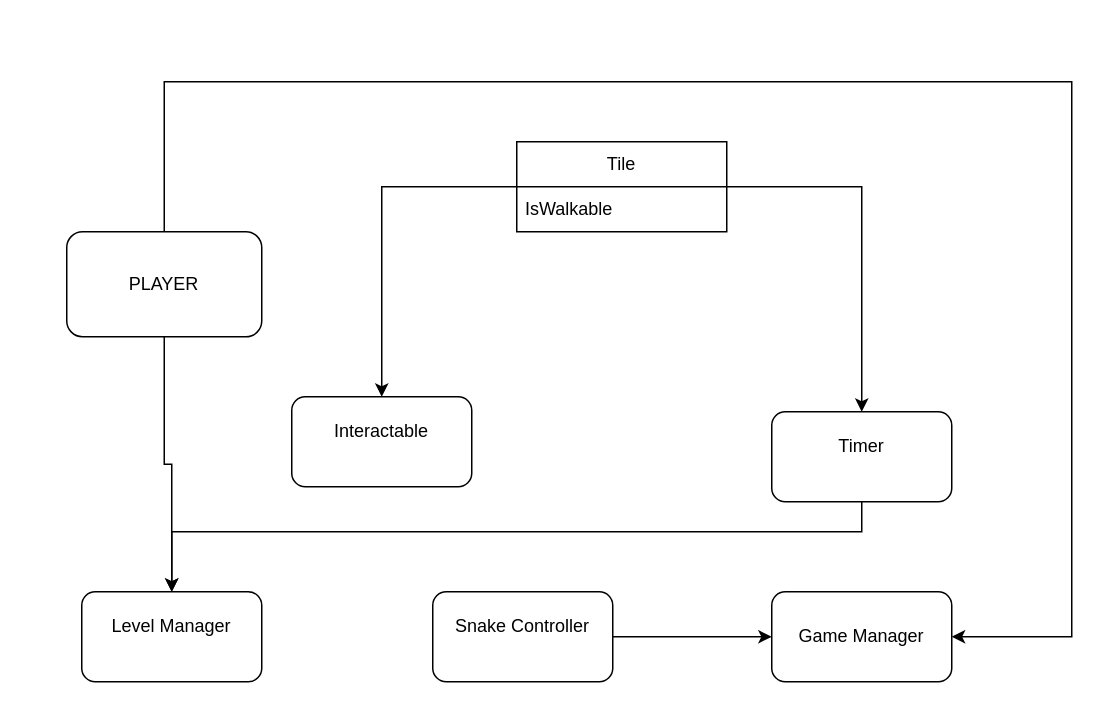
This is Diagramma senza titolo.drawio from salvolannister/TuringGlobalGameJam, a draw.io file, before an edit. Source tidied: cells renumbered, new cells numbered last; positions are measured from the earlier drawing's top-left corner, leaving out a move shared by most shapes. Both pictures are drawn from the tidied source at 150%, with x=0, y=0 at pixel (66, 81).
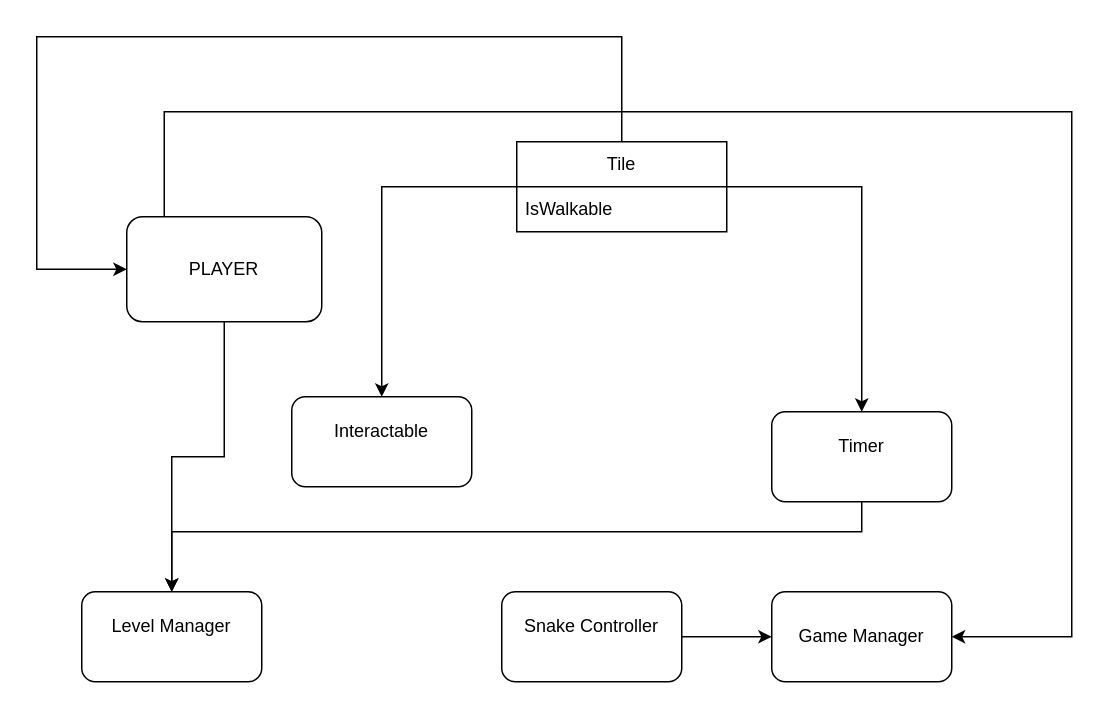
Above is the later version.

The change refers to these unchanged cells:
```xml
<mxCell id="11" value="&lt;div&gt;Game Manager&lt;/div&gt;" style="rounded=1;whiteSpace=wrap;html=1;" parent="1" vertex="1">
  <mxGeometry x="470" y="340" width="120" height="60" as="geometry" />
</mxCell>
<mxCell id="14" value="Tile" style="swimlane;fontStyle=0;horizontal=1;startSize=30;whiteSpace=wrap;html=1;" parent="1" vertex="1">
  <mxGeometry x="300" y="40" width="140" height="60" as="geometry" />
</mxCell>
```

Diff of the diagram source:
```diff
@@
     <mxCell id="3" style="edgeStyle=orthogonalEdgeStyle;rounded=0;jettySize=auto;html=1;" parent="1" edge="1" source="4" target="11">
       <mxGeometry relative="1" as="geometry">
         <Array as="points">
-          <mxPoint x="65" />
-          <mxPoint x="670" />
+          <mxPoint x="65" y="20" />
+          <mxPoint x="670" y="20" />
           <mxPoint x="670" y="370" />
         </Array>
       </mxGeometry>
     </mxCell>
     <mxCell id="4" value="PLAYER" style="rounded=1;whiteSpace=wrap;html=1;" parent="1" vertex="1">
-      <mxGeometry y="100" width="130" height="70" as="geometry" />
+      <mxGeometry x="40" y="90" width="130" height="70" as="geometry" />
     </mxCell>
@@
     <mxCell id="10" value="&lt;div&gt;Snake Controller&lt;/div&gt;&lt;div&gt;&lt;br&gt;&lt;/div&gt;" style="rounded=1;whiteSpace=wrap;html=1;" parent="1" vertex="1">
-      <mxGeometry x="244" y="340" width="120" height="60" as="geometry" />
+      <mxGeometry x="290" y="340" width="120" height="60" as="geometry" />
     </mxCell>
@@
+    <mxCell id="16" style="edgeStyle=orthogonalEdgeStyle;rounded=0;jettySize=auto;html=1;entryX=0;entryY=0.5;entryDx=0;entryDy=0;" parent="1" edge="1" source="14" target="4">
+      <mxGeometry relative="1" as="geometry">
+        <Array as="points">
+          <mxPoint x="370" y="-30" />
+          <mxPoint x="-20" y="-30" />
+          <mxPoint x="-20" y="125" />
+        </Array>
+      </mxGeometry>
+    </mxCell>
```
